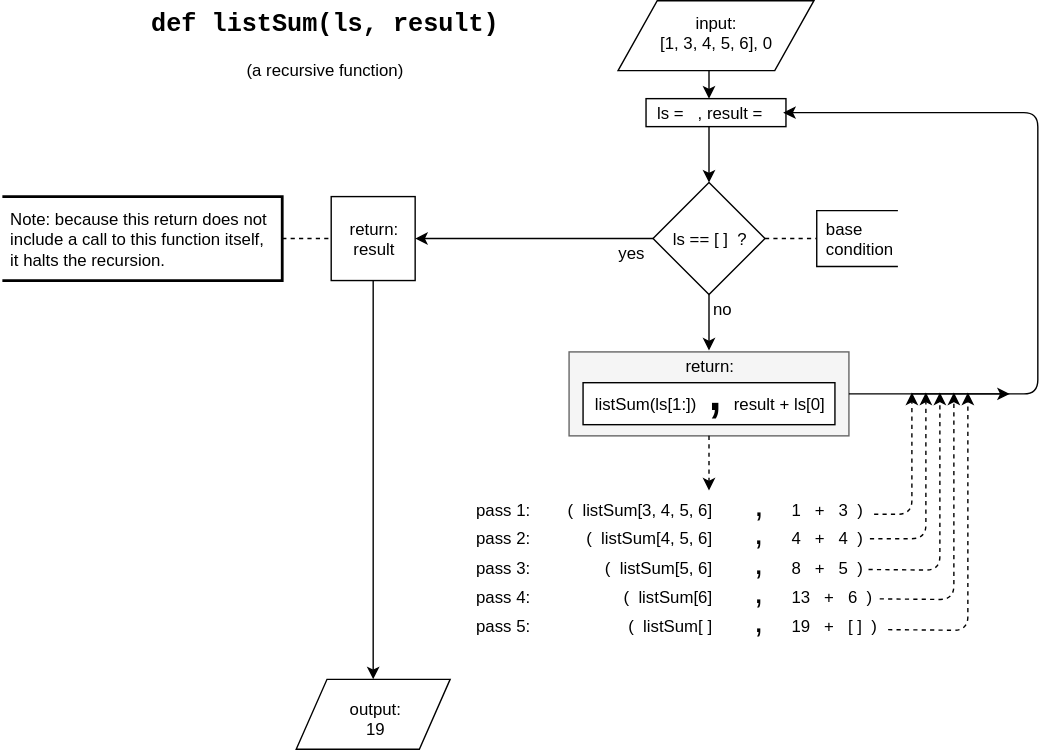
Before: diagrams/recursion2.svg, a diagram exported from draw.io (jinjagit/JupyterNotebooks). Source tidied: cells renumbered, new cells last; positions are measured from the earlier drawing's top-left corner, leaving out a move shared by most shapes.
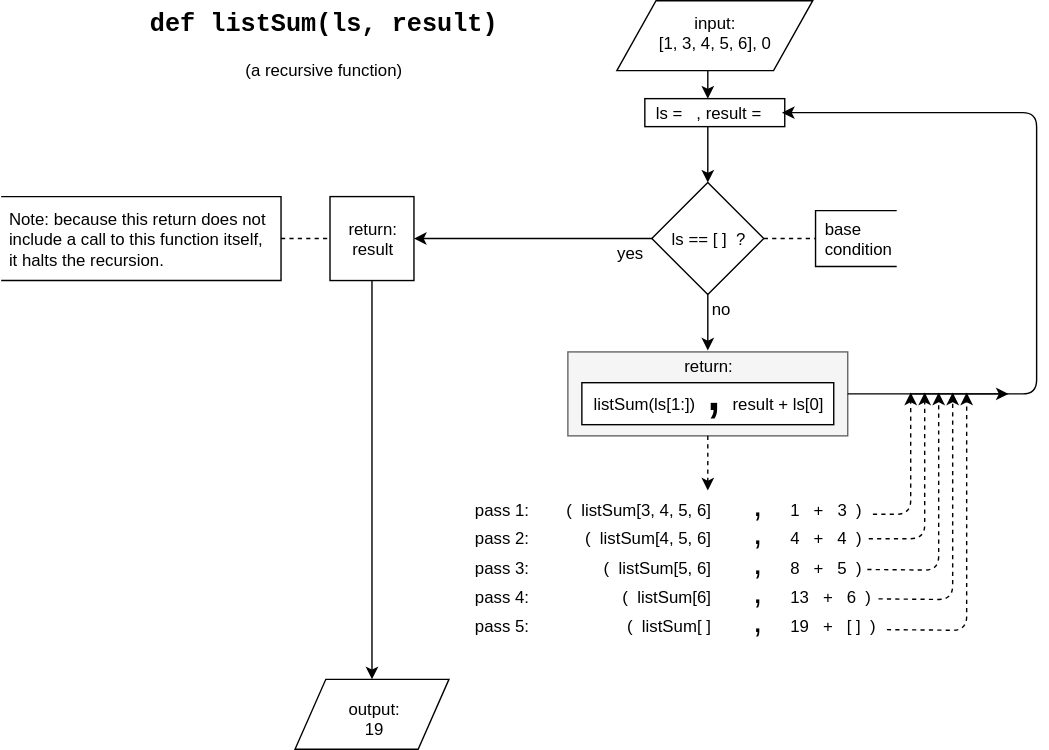
The same diagram one commit later.

The edit, as a diff of the source:
```diff
@@ -102,7 +102,7 @@
     <mxCell id="30" style="endArrow=none;dashed=1;html=1;exitX=1;exitY=0.5;entryX=0;entryY=0.5;entryPerimeter=0;" parent="1" edge="1" source="7" target="29">
       <mxGeometry relative="1" as="geometry" />
     </mxCell>
-    <mxCell id="31" style="strokeWidth=2;html=1;shape=mxgraph.flowchart.annotation_1;align=left;flipH=1;" parent="1" vertex="1">
+    <mxCell id="31" style="strokeWidth=1;html=1;shape=mxgraph.flowchart.annotation_1;align=left;flipH=1;" parent="1" vertex="1">
       <mxGeometry y="140" width="200" height="60" as="geometry" />
     </mxCell>
     <mxCell id="32" style="endArrow=none;dashed=1;html=1;entryX=0;entryY=0.5;exitX=0;exitY=0.5;exitPerimeter=0;" parent="1" edge="1" source="31" target="21">
```
